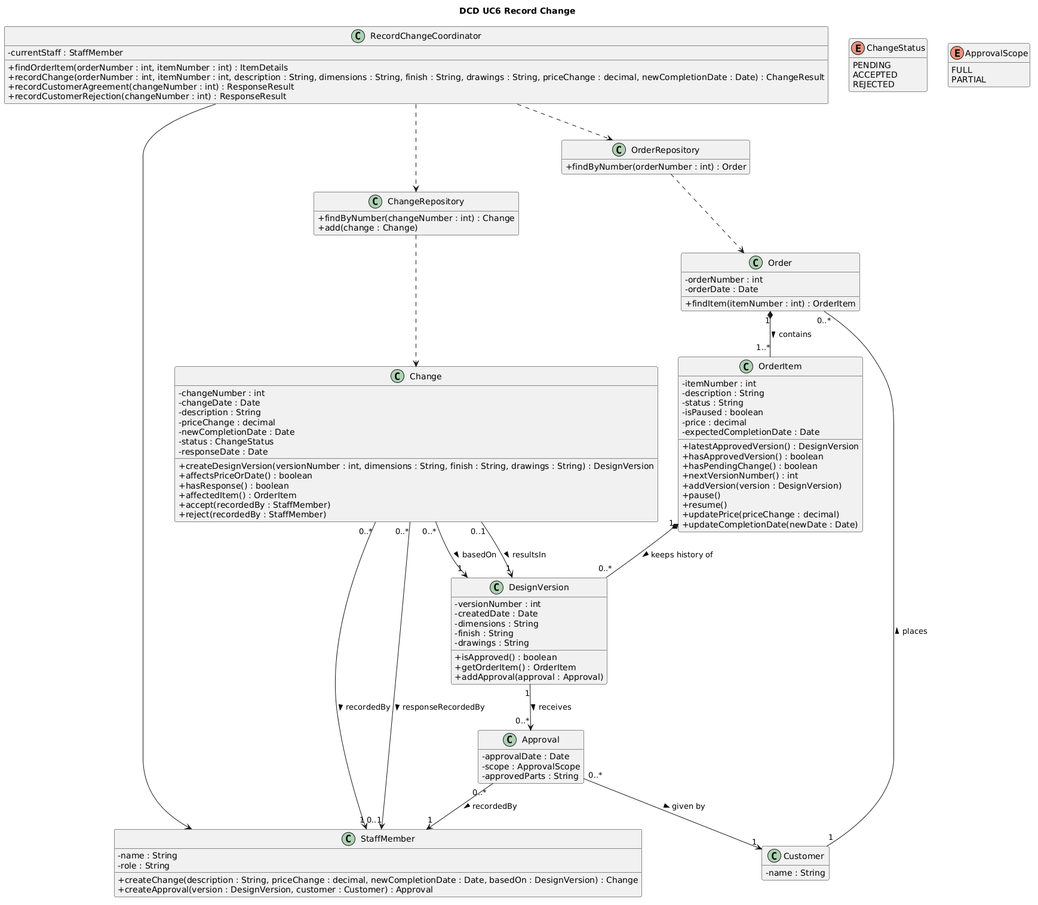
Ahmad-1031/OOAD_CA2 keeps this PlantUML diagram as dcd-uc6-record-change.png. Above is the earlier version.
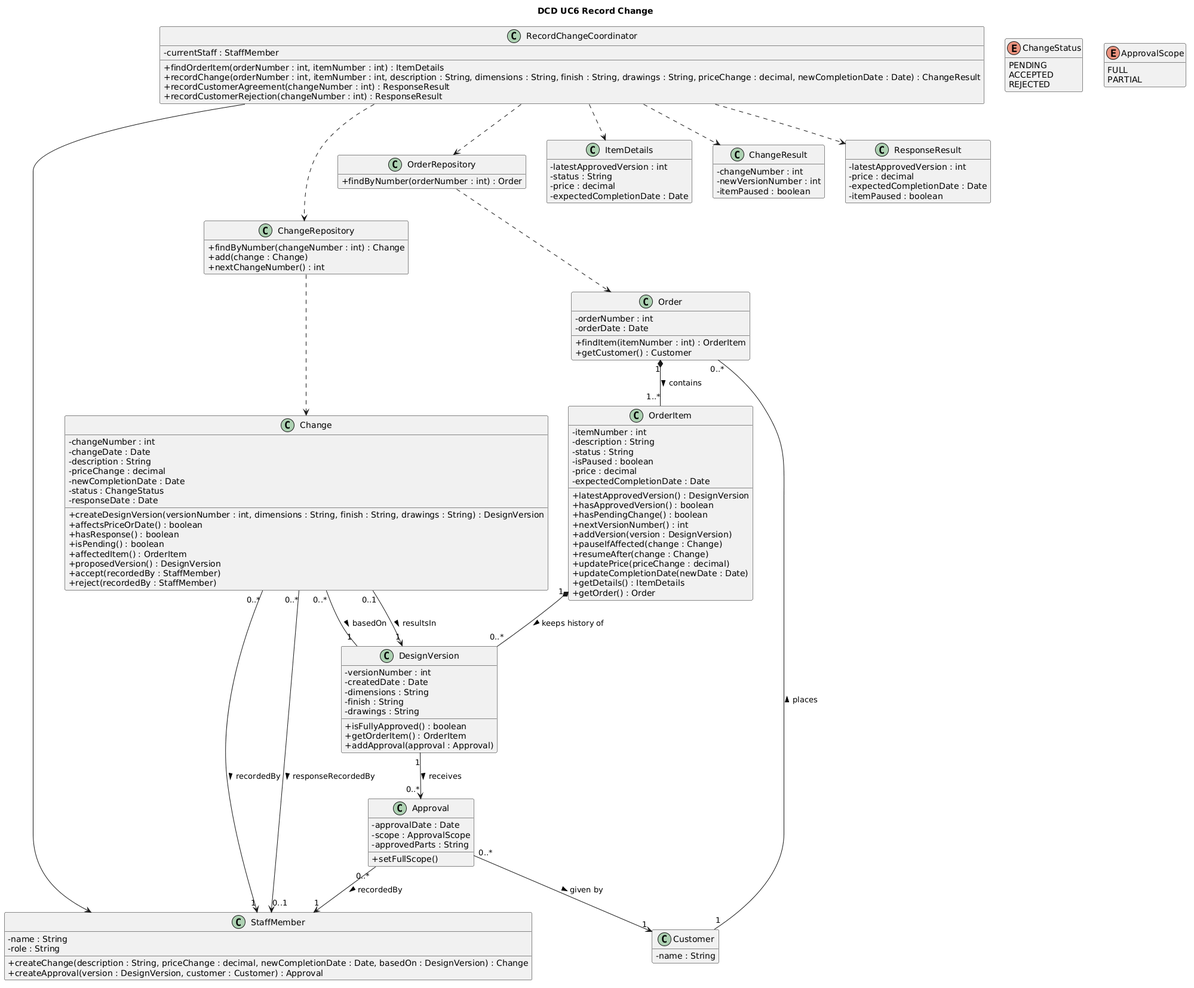
The same file after the commit.

Change to the diagram source:
```diff
@@ -18,12 +18,14 @@
 class ChangeRepository {
   + findByNumber(changeNumber : int) : Change
   + add(change : Change)
+  + nextChangeNumber() : int
 }
 
 class Order {
   - orderNumber : int
   - orderDate : Date
   + findItem(itemNumber : int) : OrderItem
+  + getCustomer() : Customer
 }
 
 class OrderItem {
@@ -38,10 +40,12 @@
   + hasPendingChange() : boolean
   + nextVersionNumber() : int
   + addVersion(version : DesignVersion)
-  + pause()
-  + resume()
+  + pauseIfAffected(change : Change)
+  + resumeAfter(change : Change)
   + updatePrice(priceChange : decimal)
   + updateCompletionDate(newDate : Date)
+  + getDetails() : ItemDetails
+  + getOrder() : Order
 }
 
 class DesignVersion {
@@ -50,7 +54,7 @@
   - dimensions : String
   - finish : String
   - drawings : String
-  + isApproved() : boolean
+  + isFullyApproved() : boolean
   + getOrderItem() : OrderItem
   + addApproval(approval : Approval)
 }
@@ -66,7 +70,9 @@
   + createDesignVersion(versionNumber : int, dimensions : String, finish : String, drawings : String) : DesignVersion
   + affectsPriceOrDate() : boolean
   + hasResponse() : boolean
+  + isPending() : boolean
   + affectedItem() : OrderItem
+  + proposedVersion() : DesignVersion
   + accept(recordedBy : StaffMember)
   + reject(recordedBy : StaffMember)
 }
@@ -75,6 +81,7 @@
   - approvalDate : Date
   - scope : ApprovalScope
   - approvedParts : String
+  + setFullScope()
 }
 
 class StaffMember {
@@ -86,6 +93,26 @@
 
 class Customer {
   - name : String
+}
+
+class ItemDetails {
+  - latestApprovedVersion : int
+  - status : String
+  - price : decimal
+  - expectedCompletionDate : Date
+}
+
+class ChangeResult {
+  - changeNumber : int
+  - newVersionNumber : int
+  - itemPaused : boolean
+}
+
+class ResponseResult {
+  - latestApprovedVersion : int
+  - price : decimal
+  - expectedCompletionDate : Date
+  - itemPaused : boolean
 }
 
 enum ChangeStatus {
@@ -102,6 +129,9 @@
 RecordChangeCoordinator ..> OrderRepository
 RecordChangeCoordinator ..> ChangeRepository
 RecordChangeCoordinator --> StaffMember
+RecordChangeCoordinator ..> ItemDetails
+RecordChangeCoordinator ..> ChangeResult
+RecordChangeCoordinator ..> ResponseResult
 
 OrderRepository ..> Order
 ChangeRepository ..> Change
@@ -112,7 +142,7 @@
 DesignVersion "1" --> "0..*" Approval : receives >
 Approval "0..*" --> "1" Customer : given by >
 Approval "0..*" --> "1" StaffMember : recordedBy >
-Change "0..*" --> "1" DesignVersion : basedOn >
+Change "0..*" -- "1" DesignVersion : basedOn >
 Change "0..1" --> "1" DesignVersion : resultsIn >
 Change "0..*" --> "1" StaffMember : recordedBy >
 Change "0..*" --> "0..1" StaffMember : responseRecordedBy >
```
